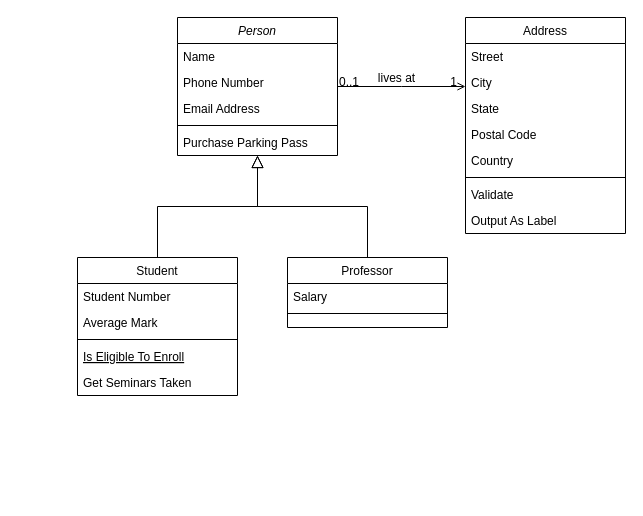
Earlier version of the draw.io diagram Diagramme sans nom.drawio (ala-tork/p1). Source tidied: cells renumbered, new cells numbered last; positions are measured from the earlier drawing's top-left corner, leaving out a move shared by most shapes. Both pictures are drawn from the tidied source at 100%, with x=0, y=0 at pixel (77, 17).
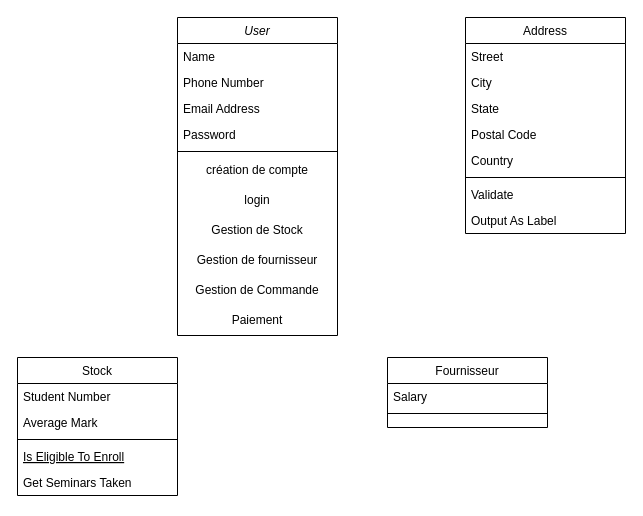
Above is the later version.

The change refers to these unchanged cells:
```xml
<mxCell id="19" value="Address" style="swimlane;fontStyle=0;align=center;verticalAlign=top;horizontal=1;startSize=26;rounded=0;shadow=0;strokeWidth=1;" parent="1" vertex="1">
  <mxGeometry x="388" width="160" height="216" as="geometry" />
</mxCell>
```

Change to the diagram source:
```diff
@@
-    <mxCell id="2" value="Person" style="swimlane;fontStyle=2;align=center;verticalAlign=top;horizontal=1;startSize=26;rounded=0;shadow=0;strokeWidth=1;" parent="1" vertex="1">
-      <mxGeometry x="100" width="160" height="138" as="geometry" />
+    <mxCell id="2" value="User" style="swimlane;fontStyle=2;align=center;verticalAlign=top;horizontal=1;startSize=26;rounded=0;shadow=0;strokeWidth=1;" parent="1" vertex="1">
+      <mxGeometry x="100" width="160" height="318" as="geometry" />
     </mxCell>
@@
+    <mxCell id="32" value="Password" style="text;align=left;verticalAlign=top;spacingLeft=4;spacingRight=4;overflow=hidden;rounded=0;shadow=0;html=0;" parent="2" vertex="1">
+      <mxGeometry y="104" width="160" height="26" as="geometry" />
+    </mxCell>
     <mxCell id="6" style="line;html=1;strokeWidth=1;align=left;verticalAlign=middle;spacingTop=-1;spacingLeft=3;spacingRight=3;labelPosition=right;" parent="2" vertex="1">
-      <mxGeometry y="104" width="160" height="8" as="geometry" />
+      <mxGeometry y="130" width="160" height="8" as="geometry" />
     </mxCell>
-    <mxCell id="7" value="Purchase Parking Pass" style="text;align=left;verticalAlign=top;spacingLeft=4;spacingRight=4;overflow=hidden;" parent="2" vertex="1">
-      <mxGeometry y="112" width="160" height="26" as="geometry" />
-    </mxCell>
+    <mxCell id="33" value="création de compte" style="text;html=1;strokeColor=none;fillColor=none;align=center;verticalAlign=middle;whiteSpace=wrap;rounded=0;" parent="2" vertex="1">
+      <mxGeometry y="138" width="160" height="30" as="geometry" />
+    </mxCell>
+    <mxCell id="34" value="login" style="text;html=1;strokeColor=none;fillColor=none;align=center;verticalAlign=middle;whiteSpace=wrap;rounded=0;" parent="2" vertex="1">
+      <mxGeometry y="168" width="160" height="30" as="geometry" />
+    </mxCell>
+    <mxCell id="35" value="Gestion de Stock" style="text;html=1;strokeColor=none;fillColor=none;align=center;verticalAlign=middle;whiteSpace=wrap;rounded=0;" parent="2" vertex="1">
+      <mxGeometry y="198" width="160" height="30" as="geometry" />
+    </mxCell>
+    <mxCell id="36" value="Gestion de fournisseur" style="text;html=1;strokeColor=none;fillColor=none;align=center;verticalAlign=middle;whiteSpace=wrap;rounded=0;" parent="2" vertex="1">
+      <mxGeometry y="228" width="160" height="30" as="geometry" />
+    </mxCell>
+    <mxCell id="37" value="Gestion de Commande" style="text;html=1;strokeColor=none;fillColor=none;align=center;verticalAlign=middle;whiteSpace=wrap;rounded=0;" parent="2" vertex="1">
+      <mxGeometry y="258" width="160" height="30" as="geometry" />
+    </mxCell>
+    <mxCell id="38" value="Paiement" style="text;html=1;strokeColor=none;fillColor=none;align=center;verticalAlign=middle;whiteSpace=wrap;rounded=0;" parent="2" vertex="1">
+      <mxGeometry y="288" width="160" height="30" as="geometry" />
+    </mxCell>
-    <mxCell id="8" value="Student" style="swimlane;fontStyle=0;align=center;verticalAlign=top;horizontal=1;startSize=26;rounded=0;shadow=0;strokeWidth=1;" parent="1" vertex="1">
-      <mxGeometry y="240" width="160" height="138" as="geometry" />
+    <mxCell id="8" value="Stock" style="swimlane;fontStyle=0;align=center;verticalAlign=top;horizontal=1;startSize=26;rounded=0;shadow=0;strokeWidth=1;" parent="1" vertex="1">
+      <mxGeometry x="-60" y="340" width="160" height="138" as="geometry" />
     </mxCell>
@@
-    <mxCell id="14" style="endArrow=block;endSize=10;endFill=0;shadow=0;strokeWidth=1;rounded=0;edgeStyle=elbowEdgeStyle;elbow=vertical;" parent="1" edge="1" source="8" target="2">
-      <mxGeometry relative="1" as="geometry" />
-    </mxCell>
-    <mxCell id="15" value="Professor" style="swimlane;fontStyle=0;align=center;verticalAlign=top;horizontal=1;startSize=26;rounded=0;shadow=0;strokeWidth=1;" parent="1" vertex="1">
-      <mxGeometry x="210" y="240" width="160" height="70" as="geometry" />
+    <mxCell id="15" value="Fournisseur" style="swimlane;fontStyle=0;align=center;verticalAlign=top;horizontal=1;startSize=26;rounded=0;shadow=0;strokeWidth=1;" parent="1" vertex="1">
+      <mxGeometry x="310" y="340" width="160" height="70" as="geometry" />
     </mxCell>
@@
-    <mxCell id="18" style="endArrow=block;endSize=10;endFill=0;shadow=0;strokeWidth=1;rounded=0;edgeStyle=elbowEdgeStyle;elbow=vertical;" parent="1" edge="1" source="15" target="2">
-      <mxGeometry relative="1" as="geometry" />
-    </mxCell>
@@
-    <mxCell id="28" style="endArrow=open;shadow=0;strokeWidth=1;rounded=0;endFill=1;edgeStyle=elbowEdgeStyle;elbow=vertical;" parent="1" edge="1" source="2" target="19">
-      <mxGeometry x="0.5" y="41" relative="1" as="geometry">
-        <mxPoint x="-40" y="32" as="offset" />
-      </mxGeometry>
-    </mxCell>
-    <mxCell id="29" value="0..1" style="align=left;verticalAlign=bottom;labelBackgroundColor=none;fontSize=12;" parent="28" vertex="1">
-      <mxGeometry x="-1" relative="1" as="geometry">
-        <mxPoint y="4" as="offset" />
-      </mxGeometry>
-    </mxCell>
-    <mxCell id="30" value="1" style="align=right;verticalAlign=bottom;labelBackgroundColor=none;fontSize=12;" parent="28" vertex="1">
-      <mxGeometry x="1" relative="1" as="geometry">
-        <mxPoint x="-7" y="4" as="offset" />
-      </mxGeometry>
-    </mxCell>
-    <mxCell id="31" value="lives at" style="text;html=1;align=center;verticalAlign=middle;labelBackgroundColor=none;rounded=0;shadow=0;strokeWidth=1;fontSize=12;" parent="28" vertex="1">
-      <mxGeometry x="0.5" y="49" relative="1" as="geometry">
-        <mxPoint x="-38" y="40" as="offset" />
-      </mxGeometry>
-    </mxCell>
```
